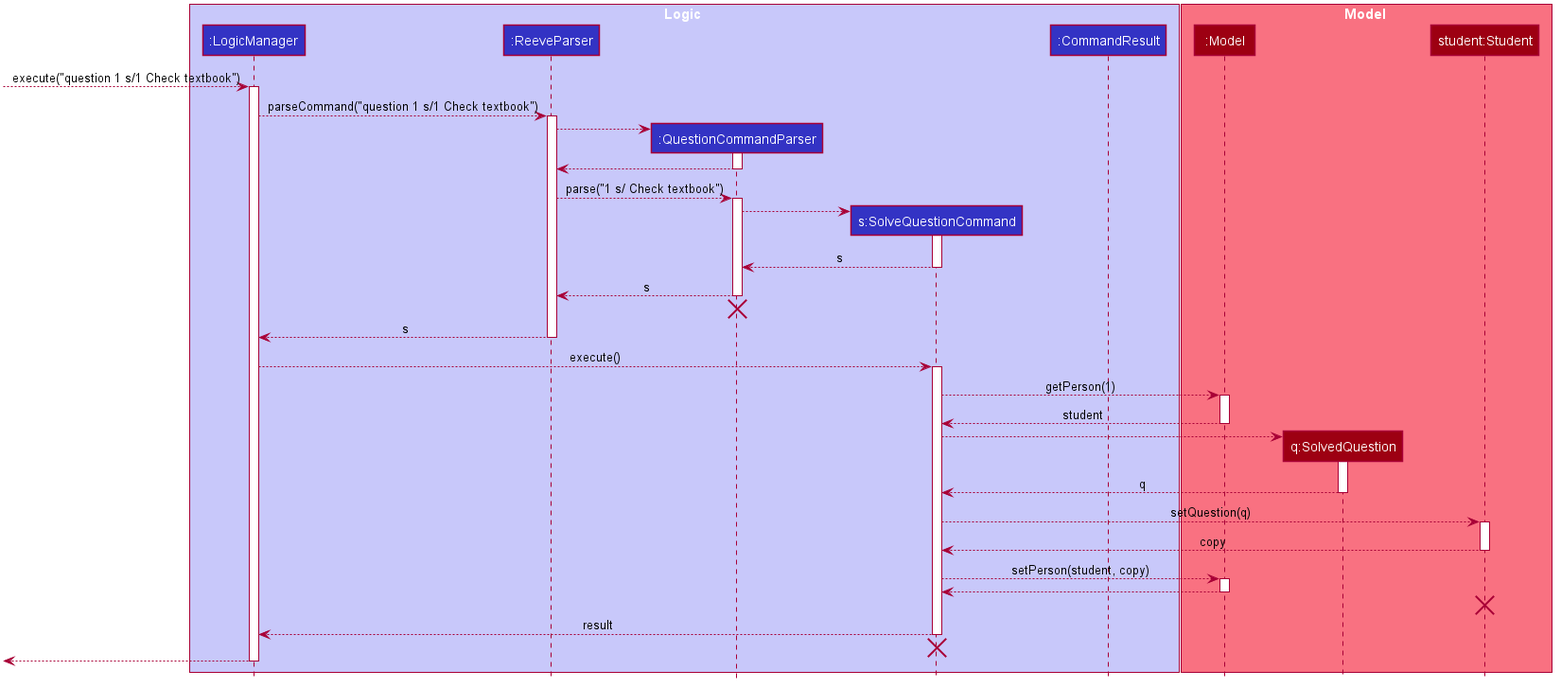
This is docs/images/SolveQuestionSequenceDiagram.png from nus-cs2103-AY2021S1/tp, a PlantUML export, as it was before one commit. The source it was exported from:
```plantuml
@startuml








skinparam BackgroundColor #FFFFFFF

skinparam Shadowing false

skinparam Class {
    FontColor #FFFFFF
    BorderThickness 1
    BorderColor #FFFFFF
    StereotypeFontColor #FFFFFF
    FontName Arial
}

skinparam Actor {
    BorderColor #000000
    Color #000000
    FontName Arial
}

skinparam Sequence {
    MessageAlign center
    BoxFontSize 15
    BoxPadding 0
    BoxFontColor #FFFFFF
    FontName Arial
}

skinparam Participant {
    FontColor #FFFFFFF
    Padding 20
}

skinparam MinClassWidth 50
skinparam ParticipantPadding 10
skinparam Shadowing false
skinparam DefaultTextAlignment center
skinparam packageStyle Rectangle

hide footbox
hide members
hide circle

box Logic #C8C8FA
participant ":LogicManager" as LogicManager #3333C4
participant ":ReeveParser" as ReeveParser #3333C4
participant ":QuestionCommandParser" as QuestionCommandParser #3333C4
participant "s:SolveQuestionCommand" as SolveQuestionCommand #3333C4
participant ":CommandResult" as CommandResult #3333C4
end box

box Model #F97181
participant ":Model" as Model #9D0012
participant "q:SolvedQuestion" as Question #9D0012
participant "student:Student" as Student #9D0012
end box

[--> LogicManager : execute("question 1 s/1 Check textbook")
activate LogicManager

LogicManager --> ReeveParser : parseCommand("question 1 s/1 Check textbook")
activate ReeveParser

create QuestionCommandParser
ReeveParser --> QuestionCommandParser
activate QuestionCommandParser

QuestionCommandParser --> ReeveParser
deactivate QuestionCommandParser

ReeveParser --> QuestionCommandParser : parse("1 s/ Check textbook")
activate QuestionCommandParser

create SolveQuestionCommand
QuestionCommandParser --> SolveQuestionCommand
activate SolveQuestionCommand

SolveQuestionCommand --> QuestionCommandParser : s
deactivate SolveQuestionCommand

QuestionCommandParser --> ReeveParser : s
deactivate QuestionCommandParser

QuestionCommandParser -[hidden]-> ReeveParser
destroy QuestionCommandParser

ReeveParser --> LogicManager : s
deactivate ReeveParser

LogicManager --> SolveQuestionCommand : execute()
activate SolveQuestionCommand

SolveQuestionCommand --> Model : getPerson(1)
activate Model

Model --> SolveQuestionCommand : student
deactivate Model

create Question
SolveQuestionCommand --> Question
activate Question

Question --> SolveQuestionCommand : q
deactivate Question

SolveQuestionCommand --> Student : setQuestion(q)
activate Student

Student --> SolveQuestionCommand : copy
deactivate Student

SolveQuestionCommand --> Model : setPerson(student, copy)
activate Model

Model --> SolveQuestionCommand
deactivate Model

Student -[hidden]-> Model
destroy Student

SolveQuestionCommand --> LogicManager : result
deactivate SolveQuestionCommand

SolveQuestionCommand -[hidden]-> LogicManager
destroy SolveQuestionCommand

[<-- LogicManager
deactivate LogicManager
@enduml
```
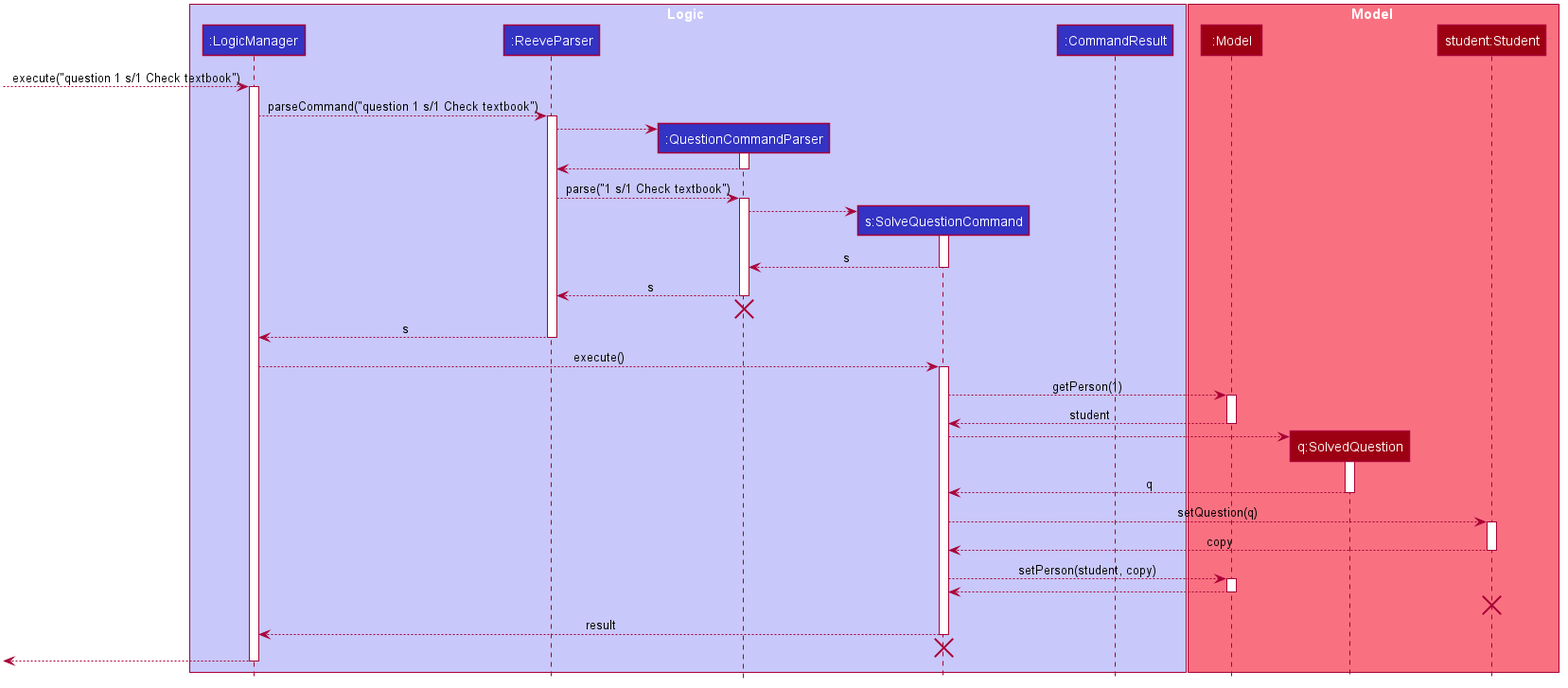
The same file after the commit.

The edit, as a diff of the source:
```diff
@@ -75,7 +75,7 @@
 QuestionCommandParser --> ReeveParser
 deactivate QuestionCommandParser
 
-ReeveParser --> QuestionCommandParser : parse("1 s/ Check textbook")
+ReeveParser --> QuestionCommandParser : parse("1 s/1 Check textbook")
 activate QuestionCommandParser
 
 create SolveQuestionCommand
```
